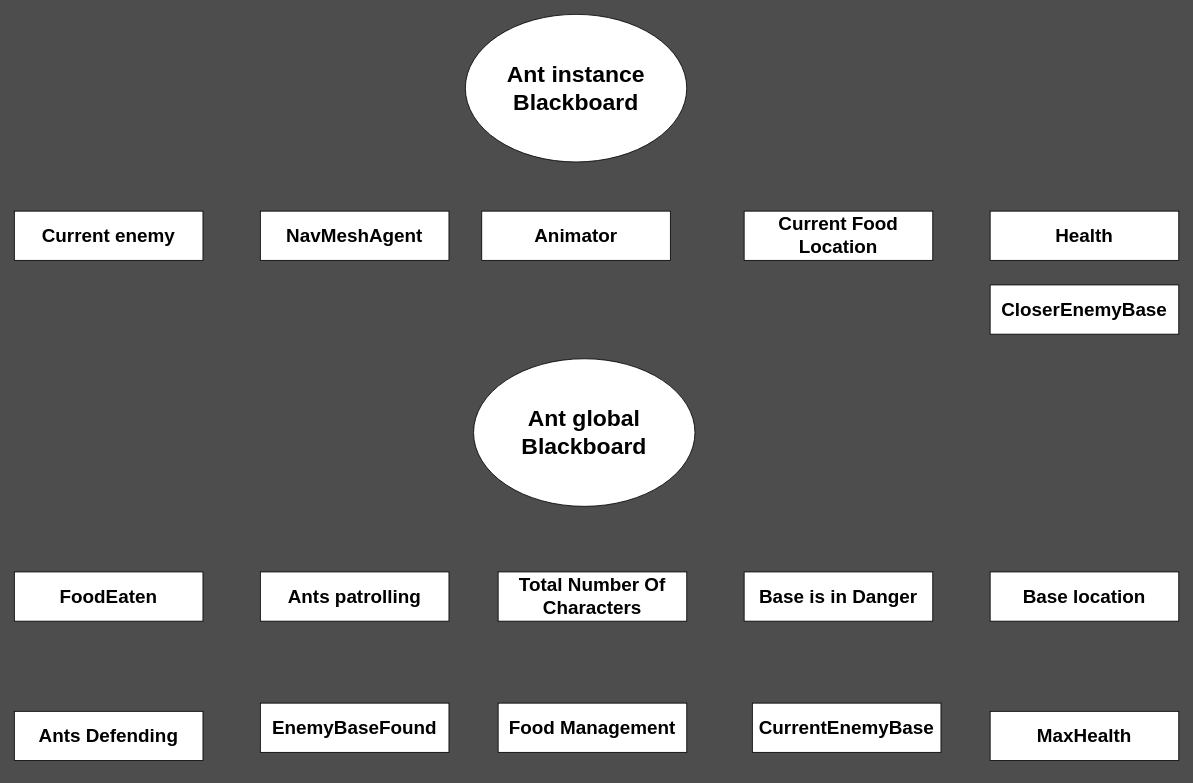
The draw.io diagram page "Blackboard" (6 of 6) of Design/Ant.drawio in arturo101199/GardenBattle, before the edit. Source tidied: cells renumbered, new cells numbered last; positions are measured from the earlier drawing's top-left corner, leaving out a move shared by most shapes. Both pictures are drawn from the tidied source at 82%, with x=0, y=0 at pixel (14, 14).
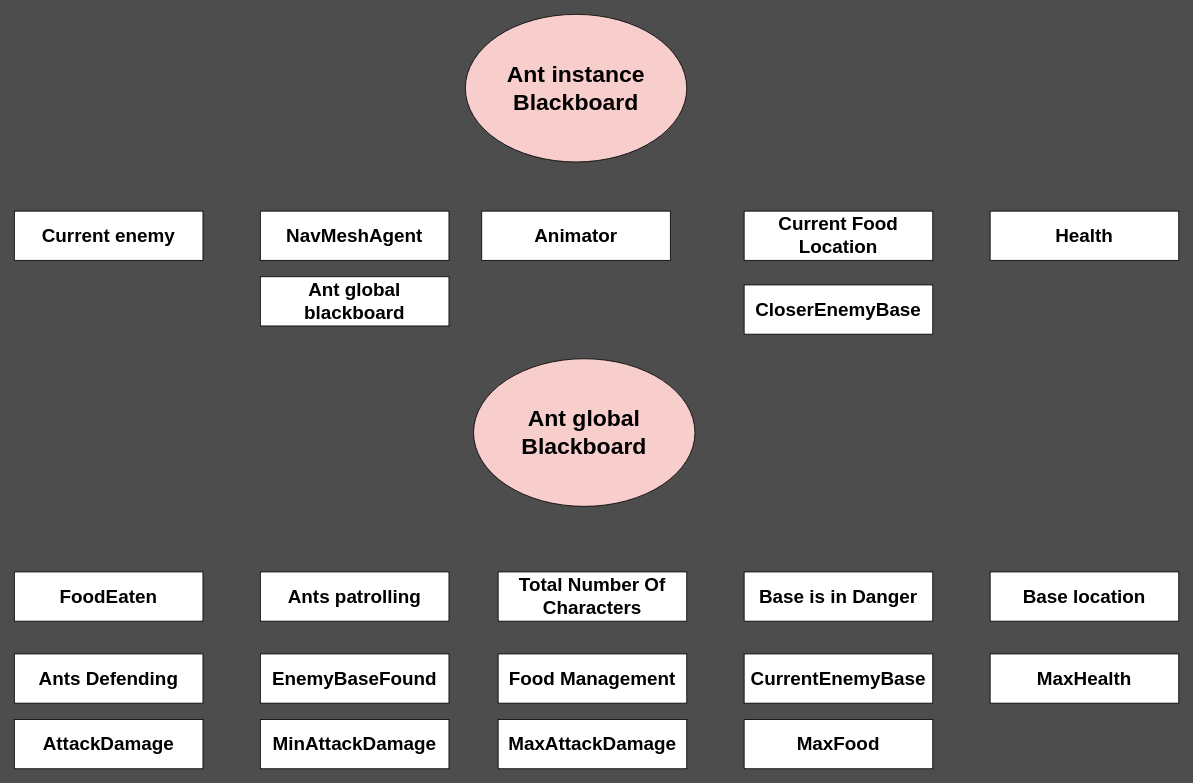
Above is the later version.

What changed in the source:
```diff
@@
-    <mxCell id="2" value="&lt;font style=&quot;font-size: 28px&quot;&gt;&lt;b&gt;Ant instance Blackboard&lt;/b&gt;&lt;/font&gt;" style="ellipse;whiteSpace=wrap;html=1;" parent="1" vertex="1">
+    <mxCell id="2" value="&lt;font style=&quot;font-size: 28px&quot;&gt;&lt;b&gt;Ant instance Blackboard&lt;/b&gt;&lt;/font&gt;" style="ellipse;whiteSpace=wrap;html=1;fillColor=#F8CECC;" parent="1" vertex="1">
       <mxGeometry x="550" width="270" height="180" as="geometry" />
     </mxCell>
@@
-    <mxCell id="12" value="&lt;font style=&quot;font-size: 28px&quot;&gt;&lt;b&gt;Ant global Blackboard&lt;/b&gt;&lt;/font&gt;" style="ellipse;whiteSpace=wrap;html=1;" parent="1" vertex="1">
+    <mxCell id="12" value="&lt;font style=&quot;font-size: 28px&quot;&gt;&lt;b&gt;Ant global Blackboard&lt;/b&gt;&lt;/font&gt;" style="ellipse;whiteSpace=wrap;html=1;fillColor=#F8CECC;" parent="1" vertex="1">
       <mxGeometry x="560" y="420" width="270" height="180" as="geometry" />
     </mxCell>
     <mxCell id="13" value="&lt;span style=&quot;font-size: 23px&quot;&gt;&lt;b&gt;Food Management&lt;br&gt;&lt;/b&gt;&lt;/span&gt;" style="rounded=0;whiteSpace=wrap;html=1;" parent="1" vertex="1">
-      <mxGeometry x="590" y="840" width="230" height="60" as="geometry" />
+      <mxGeometry x="590" y="780" width="230" height="60" as="geometry" />
     </mxCell>
@@
     <mxCell id="15" value="&lt;span style=&quot;font-size: 23px&quot;&gt;&lt;b&gt;CurrentEnemyBase&lt;/b&gt;&lt;/span&gt;" style="rounded=0;whiteSpace=wrap;html=1;" parent="1" vertex="1">
-      <mxGeometry x="900" y="840" width="230" height="60" as="geometry" />
+      <mxGeometry x="890" y="780" width="230" height="60" as="geometry" />
     </mxCell>
     <mxCell id="16" value="&lt;span style=&quot;font-size: 23px&quot;&gt;&lt;b&gt;CloserEnemyBase&lt;/b&gt;&lt;/span&gt;" style="rounded=0;whiteSpace=wrap;html=1;" parent="1" vertex="1">
-      <mxGeometry x="1190" y="330" width="230" height="60" as="geometry" />
+      <mxGeometry x="890" y="330" width="230" height="60" as="geometry" />
     </mxCell>
     <mxCell id="17" value="&lt;span style=&quot;font-size: 23px&quot;&gt;&lt;b&gt;EnemyBaseFound&lt;br&gt;&lt;/b&gt;&lt;/span&gt;" style="rounded=0;whiteSpace=wrap;html=1;" parent="1" vertex="1">
-      <mxGeometry x="300" y="840" width="230" height="60" as="geometry" />
+      <mxGeometry x="300" y="780" width="230" height="60" as="geometry" />
     </mxCell>
     <mxCell id="18" value="&lt;span style=&quot;font-size: 23px&quot;&gt;&lt;b&gt;Ants Defending&lt;br&gt;&lt;/b&gt;&lt;/span&gt;" style="rounded=0;whiteSpace=wrap;html=1;" parent="1" vertex="1">
-      <mxGeometry y="850" width="230" height="60" as="geometry" />
+      <mxGeometry y="780" width="230" height="60" as="geometry" />
     </mxCell>
     <mxCell id="19" value="&lt;span style=&quot;font-size: 23px&quot;&gt;&lt;b&gt;MaxHealth&lt;br&gt;&lt;/b&gt;&lt;/span&gt;" style="rounded=0;whiteSpace=wrap;html=1;" parent="1" vertex="1">
-      <mxGeometry x="1190" y="850" width="230" height="60" as="geometry" />
+      <mxGeometry x="1190" y="780" width="230" height="60" as="geometry" />
     </mxCell>
+    <mxCell id="20" value="&lt;font style=&quot;font-size: 23px&quot;&gt;&lt;b&gt;Ant global blackboard&lt;/b&gt;&lt;/font&gt;" style="rounded=0;whiteSpace=wrap;html=1;" parent="1" vertex="1">
+      <mxGeometry x="300" y="320" width="230" height="60" as="geometry" />
+    </mxCell>
+    <mxCell id="21" value="&lt;span style=&quot;font-size: 23px&quot;&gt;&lt;b&gt;AttackDamage&lt;br&gt;&lt;/b&gt;&lt;/span&gt;" style="rounded=0;whiteSpace=wrap;html=1;" parent="1" vertex="1">
+      <mxGeometry y="860" width="230" height="60" as="geometry" />
+    </mxCell>
+    <mxCell id="22" value="&lt;span style=&quot;font-size: 23px&quot;&gt;&lt;b&gt;MinAttackDamage&lt;br&gt;&lt;/b&gt;&lt;/span&gt;" style="rounded=0;whiteSpace=wrap;html=1;" parent="1" vertex="1">
+      <mxGeometry x="300" y="860" width="230" height="60" as="geometry" />
+    </mxCell>
+    <mxCell id="23" value="&lt;span style=&quot;font-size: 23px&quot;&gt;&lt;b&gt;MaxAttackDamage&lt;br&gt;&lt;/b&gt;&lt;/span&gt;" style="rounded=0;whiteSpace=wrap;html=1;" parent="1" vertex="1">
+      <mxGeometry x="590" y="860" width="230" height="60" as="geometry" />
+    </mxCell>
+    <mxCell id="24" value="&lt;span style=&quot;font-size: 23px&quot;&gt;&lt;b&gt;MaxFood&lt;br&gt;&lt;/b&gt;&lt;/span&gt;" style="rounded=0;whiteSpace=wrap;html=1;" parent="1" vertex="1">
+      <mxGeometry x="890" y="860" width="230" height="60" as="geometry" />
+    </mxCell>
```
